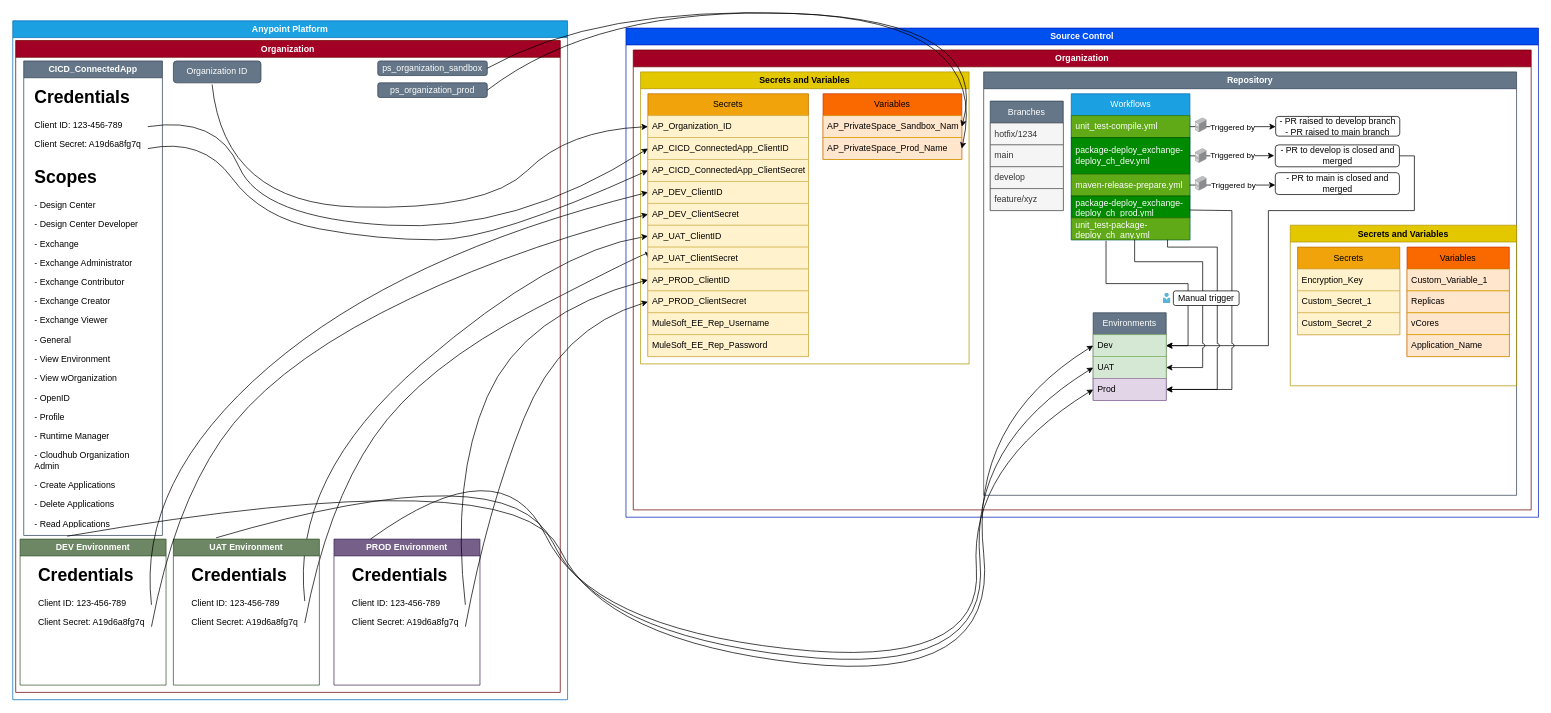
This is page "v1" (1 of 3) of docs/CICD_GitHub_Actions.drawio from IzinCompany/company-sapi, a draw.io file, before an edit. Source tidied: cells renumbered, new cells numbered last; positions are measured from the earlier drawing's top-left corner, leaving out a move shared by most shapes. Both pictures are drawn from the tidied source at 73%, with x=0, y=0 at pixel (12, 6).
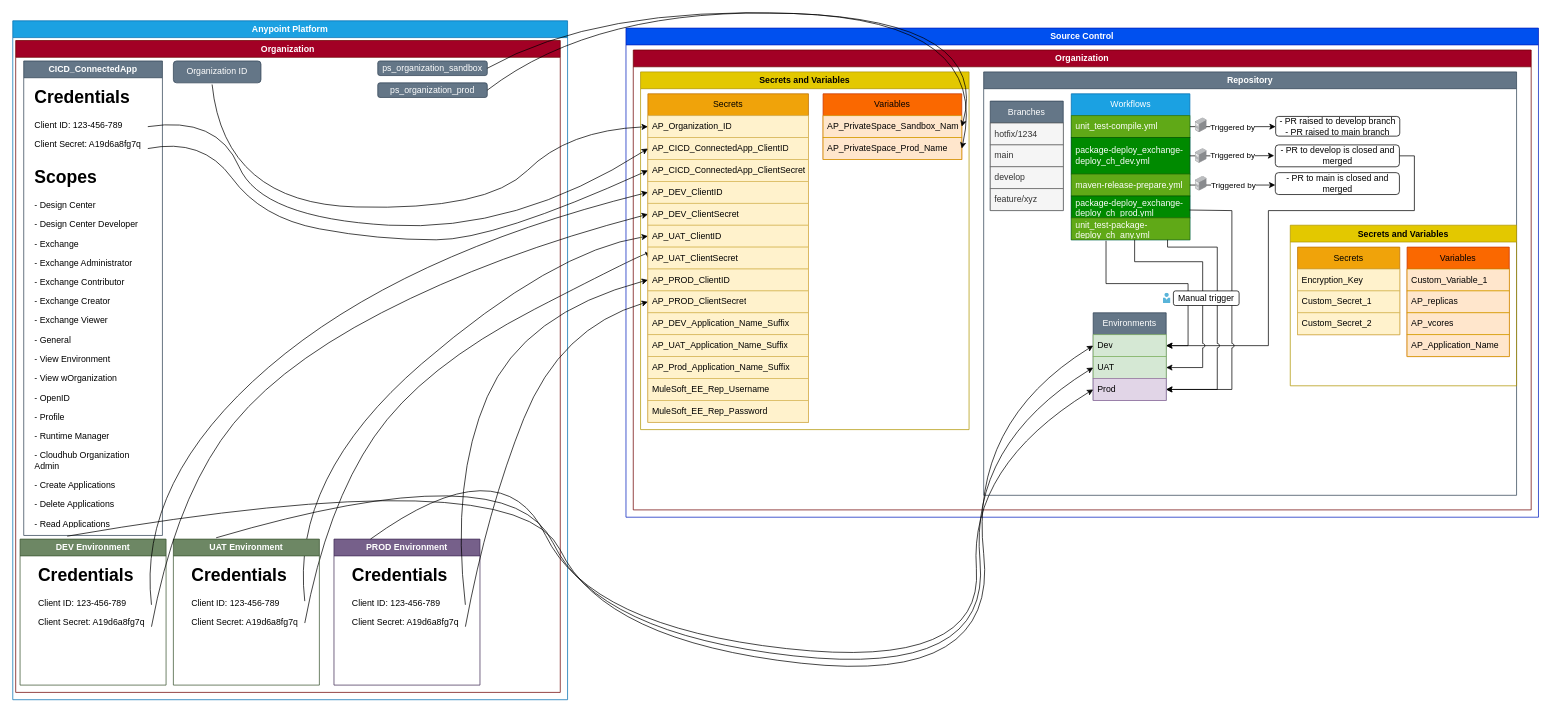
The same diagram, later.

Commit message (it also covers changes not shown here):
Fix scripts and update diagrams

The change refers to these unchanged cells:
```xml
<mxCell id="19" value="Organization" style="swimlane;whiteSpace=wrap;html=1;fillColor=#a20025;fontColor=#ffffff;strokeColor=#6F0000;" parent="18" vertex="1">
  <mxGeometry x="10" y="30" width="1230" height="630" as="geometry" />
</mxCell>
<mxCell id="73" value="Variables" style="swimlane;fontStyle=0;horizontal=1;startSize=30;whiteSpace=wrap;html=1;fillColor=#fa6800;fontColor=#000000;strokeColor=#C73500;" parent="68" vertex="1">
  <mxGeometry x="160" y="30" width="140" height="150" as="geometry" />
</mxCell>
```

Change to the diagram source:
```diff
@@
     <mxCell id="20" value="Secrets and Variables" style="swimlane;whiteSpace=wrap;html=1;fillColor=#e3c800;fontColor=#000000;strokeColor=#B09500;" parent="19" vertex="1">
-      <mxGeometry x="10" y="30" width="450" height="400" as="geometry" />
+      <mxGeometry x="10" y="30" width="450" height="490" as="geometry" />
     </mxCell>
     <mxCell id="21" value="Secrets" style="swimlane;fontStyle=0;horizontal=1;startSize=30;whiteSpace=wrap;html=1;fillColor=#f0a30a;fontColor=#000000;strokeColor=#BD7000;" parent="20" vertex="1">
-      <mxGeometry x="10" y="30" width="220" height="360" as="geometry" />
+      <mxGeometry x="10" y="30" width="220" height="450" as="geometry" />
     </mxCell>
@@
+    <mxCell id="90" value="AP_DEV_Application_Name_Suffix" style="text;strokeColor=#d6b656;fillColor=#fff2cc;align=left;verticalAlign=middle;spacingLeft=4;spacingRight=4;overflow=hidden;whiteSpace=wrap;html=1;" parent="21" vertex="1">
+      <mxGeometry y="300" width="220" height="30" as="geometry" />
+    </mxCell>
+    <mxCell id="91" value="AP_UAT_Application_Name_Suffix" style="text;strokeColor=#d6b656;fillColor=#fff2cc;align=left;verticalAlign=middle;spacingLeft=4;spacingRight=4;overflow=hidden;whiteSpace=wrap;html=1;" parent="21" vertex="1">
+      <mxGeometry y="330" width="220" height="30" as="geometry" />
+    </mxCell>
+    <mxCell id="92" value="AP_Prod_Application_Name_Suffix" style="text;strokeColor=#d6b656;fillColor=#fff2cc;align=left;verticalAlign=middle;spacingLeft=4;spacingRight=4;overflow=hidden;whiteSpace=wrap;html=1;" parent="21" vertex="1">
+      <mxGeometry y="360" width="220" height="30" as="geometry" />
+    </mxCell>
     <mxCell id="31" value="MuleSoft_EE_Rep_Username" style="text;strokeColor=#d6b656;fillColor=#fff2cc;align=left;verticalAlign=middle;spacingLeft=4;spacingRight=4;overflow=hidden;whiteSpace=wrap;html=1;" parent="21" vertex="1">
-      <mxGeometry y="300" width="220" height="30" as="geometry" />
+      <mxGeometry y="390" width="220" height="30" as="geometry" />
     </mxCell>
     <mxCell id="32" value="MuleSoft_EE_Rep_Password" style="text;strokeColor=#d6b656;fillColor=#fff2cc;align=left;verticalAlign=middle;spacingLeft=4;spacingRight=4;overflow=hidden;whiteSpace=wrap;html=1;" parent="21" vertex="1">
-      <mxGeometry y="330" width="220" height="30" as="geometry" />
+      <mxGeometry y="420" width="220" height="30" as="geometry" />
     </mxCell>
@@
-    <mxCell id="75" value="Replicas" style="text;strokeColor=#d79b00;fillColor=#ffe6cc;align=left;verticalAlign=middle;spacingLeft=4;spacingRight=4;overflow=hidden;whiteSpace=wrap;html=1;" parent="73" vertex="1">
+    <mxCell id="75" value="AP_replicas" style="text;strokeColor=#d79b00;fillColor=#ffe6cc;align=left;verticalAlign=middle;spacingLeft=4;spacingRight=4;overflow=hidden;whiteSpace=wrap;html=1;" parent="73" vertex="1">
       <mxGeometry y="60" width="140" height="30" as="geometry" />
     </mxCell>
-    <mxCell id="76" value="&lt;font&gt;vCores&lt;/font&gt;" style="text;strokeColor=#d79b00;fillColor=#ffe6cc;align=left;verticalAlign=middle;spacingLeft=4;spacingRight=4;overflow=hidden;whiteSpace=wrap;html=1;fontColor=default;" parent="73" vertex="1">
+    <mxCell id="76" value="&lt;font&gt;AP_vcores&lt;/font&gt;" style="text;strokeColor=#d79b00;fillColor=#ffe6cc;align=left;verticalAlign=middle;spacingLeft=4;spacingRight=4;overflow=hidden;whiteSpace=wrap;html=1;fontColor=default;" parent="73" vertex="1">
       <mxGeometry y="90" width="140" height="30" as="geometry" />
     </mxCell>
-    <mxCell id="77" value="Application_Name" style="text;strokeColor=#d79b00;fillColor=#ffe6cc;align=left;verticalAlign=middle;spacingLeft=4;spacingRight=4;overflow=hidden;whiteSpace=wrap;html=1;" parent="73" vertex="1">
+    <mxCell id="77" value="AP_Application_Name" style="text;strokeColor=#d79b00;fillColor=#ffe6cc;align=left;verticalAlign=middle;spacingLeft=4;spacingRight=4;overflow=hidden;whiteSpace=wrap;html=1;" parent="73" vertex="1">
       <mxGeometry y="120" width="140" height="30" as="geometry" />
     </mxCell>
```
